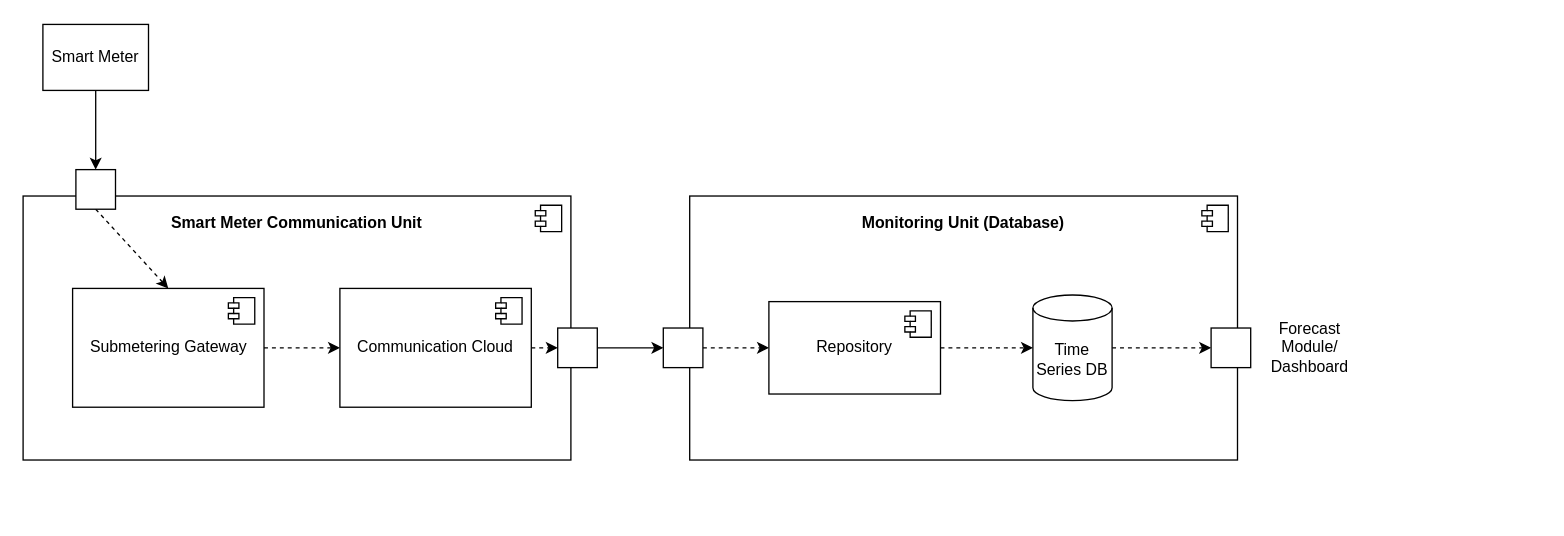
This is SA/graphs/SmartMeterCommunication.drawio from endorivium/informational-mastery, a draw.io file, before an edit. Source tidied: cells renumbered, new cells numbered last; positions are measured from the earlier drawing's top-left corner, leaving out a move shared by most shapes. Both pictures are drawn from the tidied source at 132%, with x=0, y=0 at pixel (22, 24).
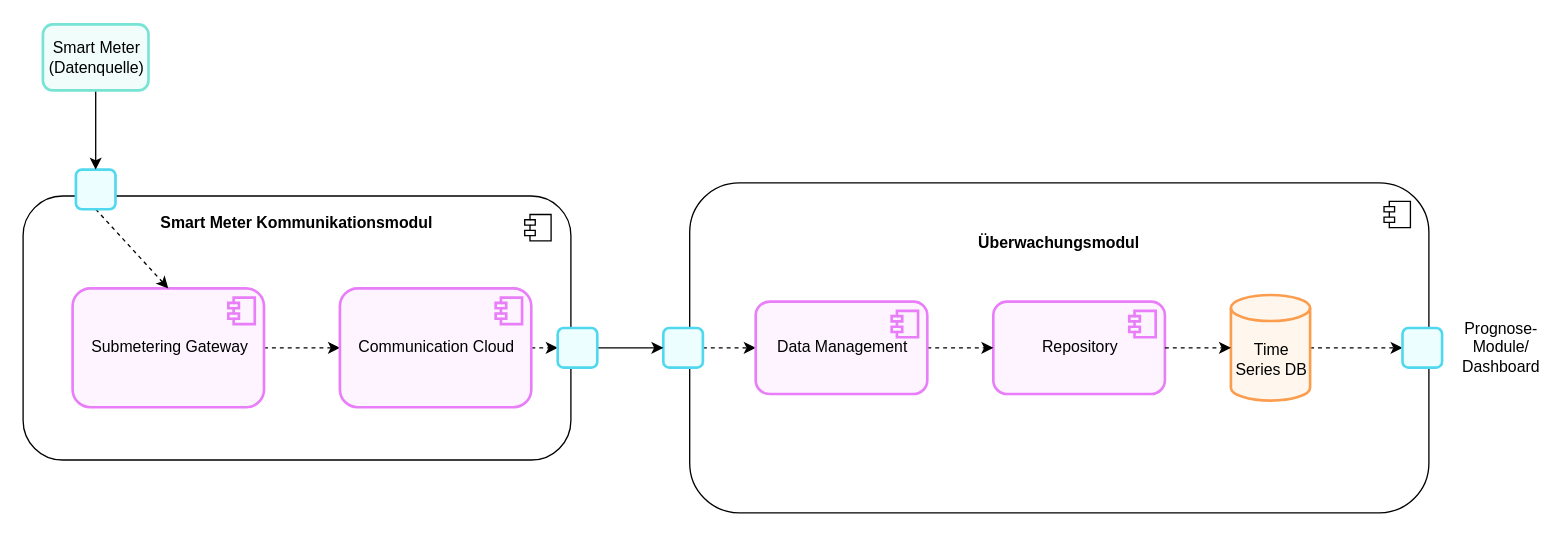
Above is the later version.

Diff of the diagram source:
```diff
@@
-    <mxCell id="2" value="&lt;b&gt;Smart Meter Communication Unit&lt;/b&gt;&lt;div&gt;&lt;b&gt;&lt;br&gt;&lt;/b&gt;&lt;/div&gt;&lt;div&gt;&lt;b&gt;&lt;br&gt;&lt;/b&gt;&lt;/div&gt;&lt;div&gt;&lt;b&gt;&lt;br&gt;&lt;/b&gt;&lt;/div&gt;&lt;div&gt;&lt;b&gt;&lt;br&gt;&lt;/b&gt;&lt;/div&gt;&lt;div&gt;&lt;b&gt;&lt;br&gt;&lt;/b&gt;&lt;/div&gt;&lt;div&gt;&lt;b&gt;&lt;br&gt;&lt;/b&gt;&lt;/div&gt;&lt;div&gt;&lt;b&gt;&lt;br&gt;&lt;/b&gt;&lt;/div&gt;&lt;div&gt;&lt;br&gt;&lt;/div&gt;&lt;div&gt;&lt;br&gt;&lt;/div&gt;&lt;div&gt;&lt;br&gt;&lt;/div&gt;&lt;div&gt;&lt;br&gt;&lt;/div&gt;" style="html=1;whiteSpace=wrap;" parent="1" vertex="1">
+    <mxCell id="2" value="&lt;b&gt;Smart Meter Kommunikationsmodul&lt;/b&gt;&lt;div&gt;&lt;b&gt;&lt;br&gt;&lt;/b&gt;&lt;/div&gt;&lt;div&gt;&lt;b&gt;&lt;br&gt;&lt;/b&gt;&lt;/div&gt;&lt;div&gt;&lt;b&gt;&lt;br&gt;&lt;/b&gt;&lt;/div&gt;&lt;div&gt;&lt;b&gt;&lt;br&gt;&lt;/b&gt;&lt;/div&gt;&lt;div&gt;&lt;b&gt;&lt;br&gt;&lt;/b&gt;&lt;/div&gt;&lt;div&gt;&lt;b&gt;&lt;br&gt;&lt;/b&gt;&lt;/div&gt;&lt;div&gt;&lt;b&gt;&lt;br&gt;&lt;/b&gt;&lt;/div&gt;&lt;div&gt;&lt;br&gt;&lt;/div&gt;&lt;div&gt;&lt;br&gt;&lt;/div&gt;&lt;div&gt;&lt;br&gt;&lt;/div&gt;&lt;div&gt;&lt;br&gt;&lt;/div&gt;" style="html=1;whiteSpace=wrap;rounded=1;" parent="1" vertex="1">
       <mxGeometry y="130" width="415" height="200" as="geometry" />
     </mxCell>
     <mxCell id="3" style="shape=module;jettyWidth=8;jettyHeight=4;" parent="2" vertex="1">
       <mxGeometry x="1" width="20" height="20" relative="1" as="geometry">
-        <mxPoint x="-27" y="7" as="offset" />
+        <mxPoint x="-35" y="14" as="offset" />
       </mxGeometry>
     </mxCell>
@@
-    <mxCell id="5" value="Submetering Gateway" style="html=1;whiteSpace=wrap;" parent="1" vertex="1">
+    <mxCell id="5" value="Submetering Gateway" style="html=1;whiteSpace=wrap;rounded=1;strokeColor=light-dark(#e87ef8, #c98531);strokeWidth=2;align=center;verticalAlign=middle;spacingLeft=2;fontFamily=Helvetica;fontSize=12;fontColor=default;fontStyle=0;fillColor=light-dark(#fdf4ff, #4b2d08);" parent="1" vertex="1">
       <mxGeometry x="37.5" y="200" width="145" height="90" as="geometry" />
     </mxCell>
-    <mxCell id="6" style="shape=module;jettyWidth=8;jettyHeight=4;" parent="5" vertex="1">
+    <mxCell id="6" style="shape=module;jettyWidth=8;jettyHeight=4;rounded=1;strokeColor=light-dark(#e87ef8, #c98531);strokeWidth=2;align=center;verticalAlign=middle;spacingLeft=2;fontFamily=Helvetica;fontSize=12;fontColor=default;fontStyle=0;fillColor=light-dark(#fdf4ff, #4b2d08);" parent="5" vertex="1">
       <mxGeometry x="1" width="20" height="20" relative="1" as="geometry">
         <mxPoint x="-27" y="7" as="offset" />
       </mxGeometry>
     </mxCell>
@@
-    <mxCell id="8" value="Communication Cloud" style="html=1;whiteSpace=wrap;" parent="1" vertex="1">
+    <mxCell id="8" value="Communication Cloud" style="html=1;whiteSpace=wrap;rounded=1;strokeColor=light-dark(#e87ef8, #c98531);strokeWidth=2;align=center;verticalAlign=middle;spacingLeft=2;fontFamily=Helvetica;fontSize=12;fontColor=default;fontStyle=0;fillColor=light-dark(#fdf4ff, #4b2d08);" parent="1" vertex="1">
       <mxGeometry x="240" y="200" width="145" height="90" as="geometry" />
     </mxCell>
-    <mxCell id="9" style="shape=module;jettyWidth=8;jettyHeight=4;" parent="8" vertex="1">
+    <mxCell id="9" style="shape=module;jettyWidth=8;jettyHeight=4;rounded=1;strokeColor=light-dark(#e87ef8, #c98531);strokeWidth=2;align=center;verticalAlign=middle;spacingLeft=2;fontFamily=Helvetica;fontSize=12;fontColor=default;fontStyle=0;fillColor=light-dark(#fdf4ff, #4b2d08);" parent="8" vertex="1">
       <mxGeometry x="1" width="20" height="20" relative="1" as="geometry">
         <mxPoint x="-27" y="7" as="offset" />
       </mxGeometry>
     </mxCell>
-    <mxCell id="10" value="&lt;b&gt;Monitoring Unit (Database)&lt;/b&gt;&lt;div&gt;&lt;b&gt;&lt;br&gt;&lt;/b&gt;&lt;/div&gt;&lt;div&gt;&lt;b&gt;&lt;br&gt;&lt;/b&gt;&lt;/div&gt;&lt;div&gt;&lt;b&gt;&lt;br&gt;&lt;/b&gt;&lt;/div&gt;&lt;div&gt;&lt;b&gt;&lt;br&gt;&lt;/b&gt;&lt;/div&gt;&lt;div&gt;&lt;b&gt;&lt;br&gt;&lt;/b&gt;&lt;/div&gt;&lt;div&gt;&lt;b&gt;&lt;br&gt;&lt;/b&gt;&lt;/div&gt;&lt;div&gt;&lt;b&gt;&lt;br&gt;&lt;/b&gt;&lt;/div&gt;&lt;div&gt;&lt;b&gt;&lt;br&gt;&lt;/b&gt;&lt;/div&gt;&lt;div&gt;&lt;b&gt;&lt;br&gt;&lt;/b&gt;&lt;/div&gt;&lt;div&gt;&lt;br&gt;&lt;/div&gt;&lt;div&gt;&lt;br&gt;&lt;/div&gt;" style="html=1;whiteSpace=wrap;" parent="1" vertex="1">
-      <mxGeometry x="505" y="130" width="415" height="200" as="geometry" />
+    <mxCell id="10" value="&lt;b&gt;Überwachungsmodul&lt;/b&gt;&lt;div&gt;&lt;b&gt;&lt;br&gt;&lt;/b&gt;&lt;/div&gt;&lt;div&gt;&lt;b&gt;&lt;br&gt;&lt;/b&gt;&lt;/div&gt;&lt;div&gt;&lt;b&gt;&lt;br&gt;&lt;/b&gt;&lt;/div&gt;&lt;div&gt;&lt;b&gt;&lt;br&gt;&lt;/b&gt;&lt;/div&gt;&lt;div&gt;&lt;b&gt;&lt;br&gt;&lt;/b&gt;&lt;/div&gt;&lt;div&gt;&lt;b&gt;&lt;br&gt;&lt;/b&gt;&lt;/div&gt;&lt;div&gt;&lt;b&gt;&lt;br&gt;&lt;/b&gt;&lt;/div&gt;&lt;div&gt;&lt;b&gt;&lt;br&gt;&lt;/b&gt;&lt;/div&gt;&lt;div&gt;&lt;b&gt;&lt;br&gt;&lt;/b&gt;&lt;/div&gt;&lt;div&gt;&lt;br&gt;&lt;/div&gt;&lt;div&gt;&lt;br&gt;&lt;/div&gt;" style="html=1;whiteSpace=wrap;rounded=1;" parent="1" vertex="1">
+      <mxGeometry x="505" y="120" width="560" height="250" as="geometry" />
     </mxCell>
     <mxCell id="11" style="shape=module;jettyWidth=8;jettyHeight=4;" parent="10" vertex="1">
       <mxGeometry x="1" width="20" height="20" relative="1" as="geometry">
-        <mxPoint x="-27" y="7" as="offset" />
+        <mxPoint x="-34" y="14" as="offset" />
       </mxGeometry>
     </mxCell>
-    <mxCell id="12" style="rounded=0;jettySize=auto;html=1;exitX=1;exitY=0.5;exitDx=0;exitDy=0;entryX=0;entryY=0.5;entryDx=0;entryDy=0;dashed=1;" parent="1" edge="1" source="13" target="14">
+    <mxCell id="12" style="rounded=0;jettySize=auto;html=1;exitX=1;exitY=0.5;exitDx=0;exitDy=0;entryX=0;entryY=0.5;entryDx=0;entryDy=0;dashed=1;" parent="1" edge="1" source="13" target="28">
       <mxGeometry relative="1" as="geometry" />
     </mxCell>
-    <mxCell id="13" style="fontStyle=0;labelPosition=right;verticalLabelPosition=middle;align=left;verticalAlign=middle;spacingLeft=2;" parent="1" vertex="1">
+    <mxCell id="13" style="fontStyle=0;labelPosition=right;verticalLabelPosition=middle;align=center;verticalAlign=middle;spacingLeft=2;rounded=1;strokeColor=light-dark(#50d8ee, #ededed);strokeWidth=2;fontFamily=Helvetica;fontSize=12;fontColor=default;fillColor=light-dark(#ecfeff, #ededed);" parent="1" vertex="1">
       <mxGeometry x="485" y="230" width="30" height="30" as="geometry" />
     </mxCell>
-    <mxCell id="14" value="Repository" style="html=1;whiteSpace=wrap;" parent="1" vertex="1">
-      <mxGeometry x="565" y="210" width="130" height="70" as="geometry" />
+    <mxCell id="14" value="Repository" style="html=1;whiteSpace=wrap;rounded=1;strokeColor=light-dark(#e87ef8, #c98531);strokeWidth=2;align=center;verticalAlign=middle;spacingLeft=2;fontFamily=Helvetica;fontSize=12;fontColor=default;fontStyle=0;fillColor=light-dark(#fdf4ff, #4b2d08);" parent="1" vertex="1">
+      <mxGeometry x="735" y="210" width="130" height="70" as="geometry" />
     </mxCell>
-    <mxCell id="15" style="shape=module;jettyWidth=8;jettyHeight=4;" parent="14" vertex="1">
+    <mxCell id="15" style="shape=module;jettyWidth=8;jettyHeight=4;rounded=1;strokeColor=light-dark(#e87ef8, #c98531);strokeWidth=2;align=center;verticalAlign=middle;spacingLeft=2;fontFamily=Helvetica;fontSize=12;fontColor=default;fontStyle=0;fillColor=light-dark(#fdf4ff, #4b2d08);" parent="14" vertex="1">
       <mxGeometry x="1" width="20" height="20" relative="1" as="geometry">
         <mxPoint x="-27" y="7" as="offset" />
       </mxGeometry>
     </mxCell>
@@
-    <mxCell id="17" value="Time Series DB" style="shape=cylinder3;whiteSpace=wrap;html=1;boundedLbl=1;backgroundOutline=1;size=9.833333333333314;" parent="1" vertex="1">
-      <mxGeometry x="765" y="205" width="60" height="80" as="geometry" />
+    <mxCell id="17" value="Time Series DB" style="shape=cylinder3;whiteSpace=wrap;html=1;boundedLbl=1;backgroundOutline=1;size=9.833333333333314;rounded=1;strokeColor=light-dark(#fb9d4e, #ededed);strokeWidth=2;align=center;verticalAlign=middle;spacingLeft=2;fontFamily=Helvetica;fontSize=12;fontColor=default;fontStyle=0;fillColor=light-dark(#fff7ed, #ededed);" parent="1" vertex="1">
+      <mxGeometry x="915" y="205" width="60" height="80" as="geometry" />
     </mxCell>
@@
-    <mxCell id="19" style="fontStyle=0;labelPosition=right;verticalLabelPosition=middle;align=left;verticalAlign=middle;spacingLeft=2;" parent="1" vertex="1">
-      <mxGeometry x="900" y="230" width="30" height="30" as="geometry" />
+    <mxCell id="19" style="fontStyle=0;labelPosition=right;verticalLabelPosition=middle;align=center;verticalAlign=middle;spacingLeft=2;rounded=1;strokeColor=light-dark(#50d8ee, #ededed);strokeWidth=2;fontFamily=Helvetica;fontSize=12;fontColor=default;fillColor=light-dark(#ecfeff, #ededed);" parent="1" vertex="1">
+      <mxGeometry x="1045" y="230" width="30" height="30" as="geometry" />
     </mxCell>
-    <mxCell id="20" value="Forecast Module/&lt;br&gt;Dashboard" style="text;html=1;whiteSpace=wrap;strokeColor=none;fillColor=none;align=center;verticalAlign=middle;rounded=0;" parent="1" vertex="1">
-      <mxGeometry x="945" y="230" width="60" height="30" as="geometry" />
+    <mxCell id="20" value="Prognose- Module/&lt;br&gt;Dashboard" style="text;html=1;whiteSpace=wrap;strokeColor=none;fillColor=none;align=center;verticalAlign=middle;rounded=0;" parent="1" vertex="1">
+      <mxGeometry x="1090" y="217.5" width="60" height="55" as="geometry" />
     </mxCell>
@@
-    <mxCell id="22" style="fontStyle=0;labelPosition=right;verticalLabelPosition=middle;align=left;verticalAlign=middle;spacingLeft=2;" parent="1" vertex="1">
+    <mxCell id="22" style="fontStyle=0;labelPosition=right;verticalLabelPosition=middle;align=center;verticalAlign=middle;spacingLeft=2;rounded=1;strokeColor=light-dark(#50d8ee, #ededed);strokeWidth=2;fontFamily=Helvetica;fontSize=12;fontColor=default;fillColor=light-dark(#ecfeff, #ededed);" parent="1" vertex="1">
       <mxGeometry x="405" y="230" width="30" height="30" as="geometry" />
     </mxCell>
@@
-    <mxCell id="24" style="fontStyle=0;labelPosition=right;verticalLabelPosition=middle;align=left;verticalAlign=middle;spacingLeft=2;" parent="1" vertex="1">
+    <mxCell id="24" style="fontStyle=0;labelPosition=right;verticalLabelPosition=middle;align=center;verticalAlign=middle;spacingLeft=2;rounded=1;strokeColor=light-dark(#50d8ee, #ededed);strokeWidth=2;fontFamily=Helvetica;fontSize=12;fontColor=default;fillColor=light-dark(#ecfeff, #ededed);" parent="1" vertex="1">
       <mxGeometry x="40" y="110" width="30" height="30" as="geometry" />
     </mxCell>
@@
-    <mxCell id="26" value="Smart Meter" style="rounded=0;whiteSpace=wrap;html=1;" parent="1" vertex="1">
+    <mxCell id="26" value="Smart Meter&lt;div&gt;(Datenquelle)&lt;/div&gt;" style="rounded=1;whiteSpace=wrap;html=1;strokeColor=light-dark(#77e3d5, #46a8af);strokeWidth=2;align=center;verticalAlign=middle;spacingLeft=2;fontFamily=Helvetica;fontSize=12;fontColor=default;fontStyle=0;fillColor=light-dark(#f0fdfa, #ededed);gradientColor=none;" parent="1" vertex="1">
       <mxGeometry x="15" width="80" height="50" as="geometry" />
     </mxCell>
+    <mxCell id="27" style="rounded=0;jettySize=auto;html=1;exitX=1;exitY=0.5;exitDx=0;exitDy=0;entryX=0;entryY=0.5;entryDx=0;entryDy=0;dashed=1;" parent="1" edge="1" source="28" target="14">
+      <mxGeometry relative="1" as="geometry" />
+    </mxCell>
+    <mxCell id="28" value="Data Management" style="html=1;whiteSpace=wrap;rounded=1;strokeColor=light-dark(#e87ef8, #c98531);strokeWidth=2;align=center;verticalAlign=middle;spacingLeft=2;fontFamily=Helvetica;fontSize=12;fontColor=default;fontStyle=0;fillColor=light-dark(#fdf4ff, #4b2d08);" parent="1" vertex="1">
+      <mxGeometry x="555" y="210" width="130" height="70" as="geometry" />
+    </mxCell>
+    <mxCell id="29" style="shape=module;jettyWidth=8;jettyHeight=4;rounded=1;strokeColor=light-dark(#e87ef8, #c98531);strokeWidth=2;align=center;verticalAlign=middle;spacingLeft=2;fontFamily=Helvetica;fontSize=12;fontColor=default;fontStyle=0;fillColor=light-dark(#fdf4ff, #4b2d08);" parent="28" vertex="1">
+      <mxGeometry x="1" width="20" height="20" relative="1" as="geometry">
+        <mxPoint x="-27" y="7" as="offset" />
+      </mxGeometry>
+    </mxCell>
```
